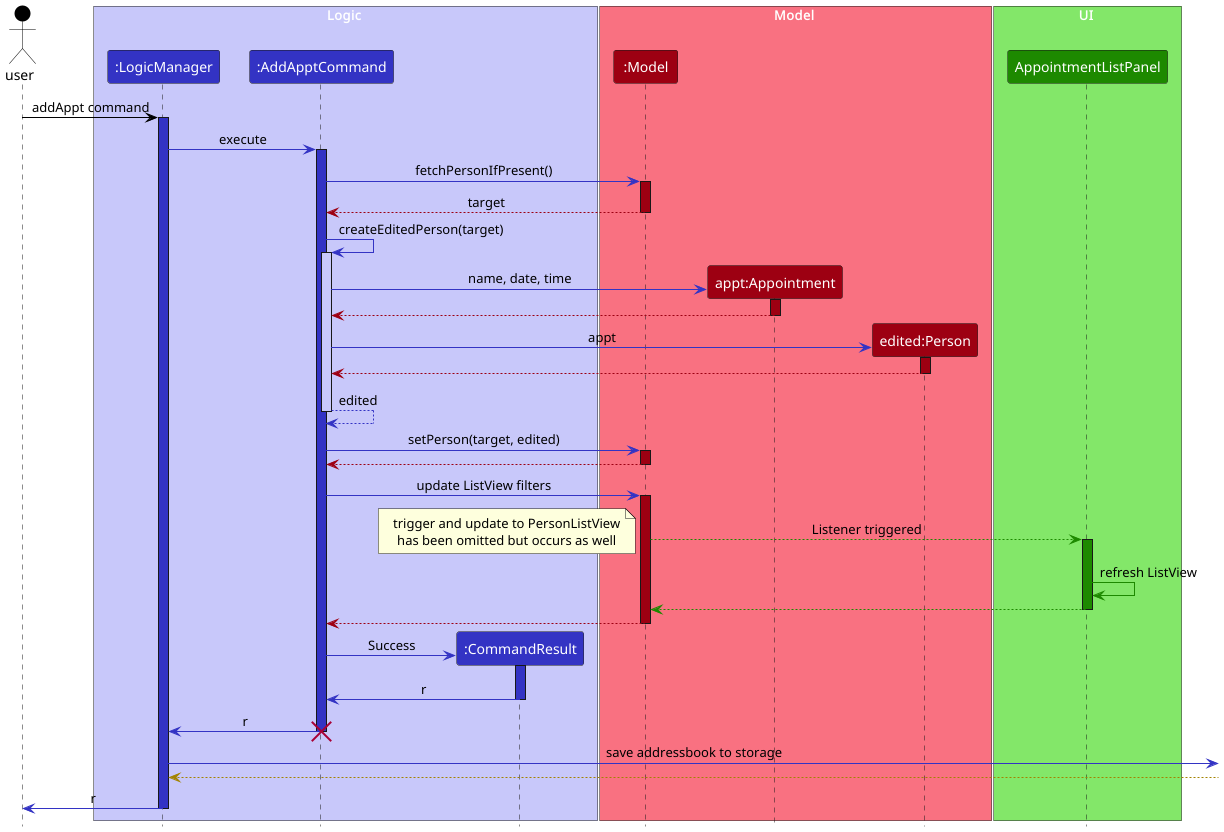
Earlier version of the PlantUML export docs/images/AddApptCommandSequenceDiagram.png (nus-cs2103-AY2425S1/tp).
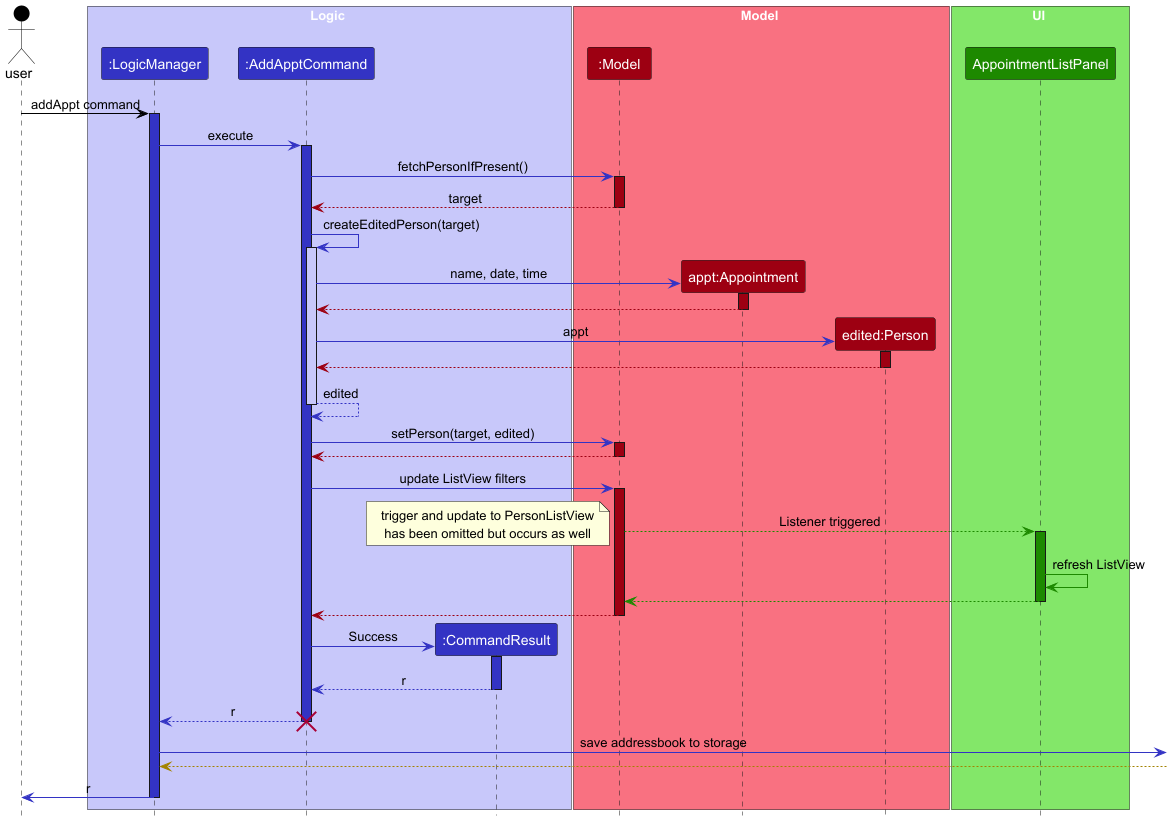
Later version of the same file.

Commit message:
Amend AddApptCommandSequenceDiagrams return arrow

The edit, as a diff of the source:
```diff
@@ -67,10 +67,10 @@
 create CommandResult LOGIC_COLOR
 AddApptCommand -[LOGIC_COLOR]> CommandResult : Success
 activate CommandResult LOGIC_COLOR
-CommandResult -[LOGIC_COLOR]> AddApptCommand : r
+CommandResult -[LOGIC_COLOR]-> AddApptCommand : r
 deactivate CommandResult LOGIC_COLOR
 
-AddApptCommand -[LOGIC_COLOR]> Logic : r
+AddApptCommand -[LOGIC_COLOR]-> Logic : r
 deactivate AddApptCommand LOGIC_COLOR
 
 destroy AddApptCommand
```
